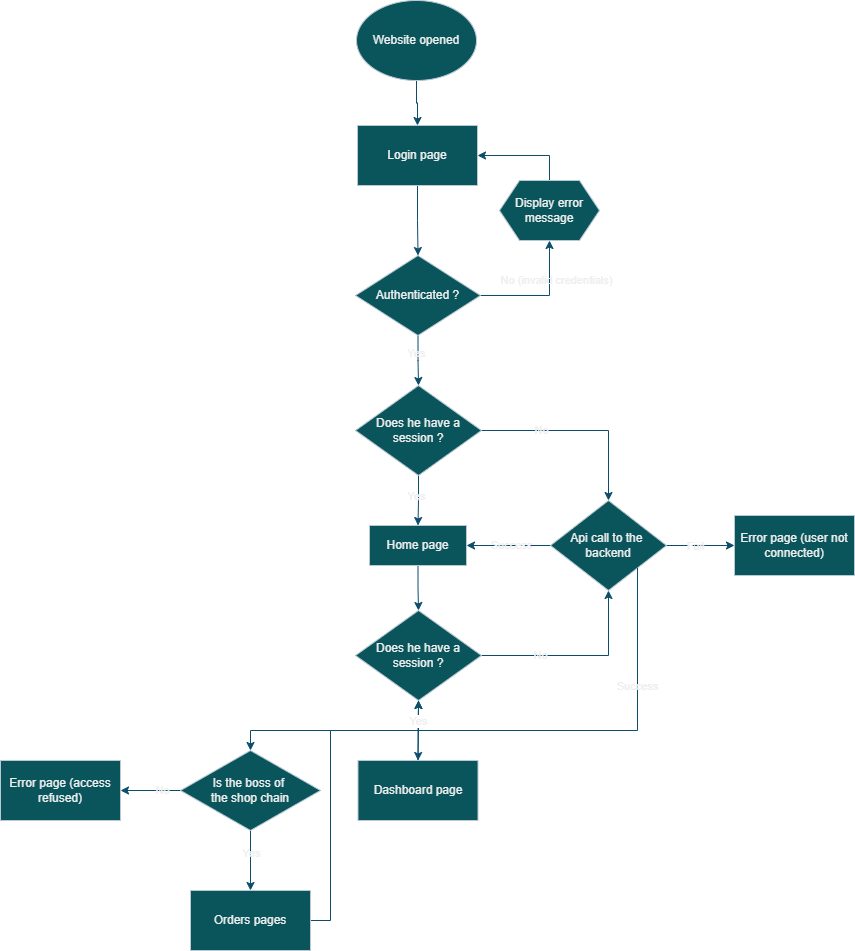
This is 01-Documents/CodeSchematics/Untitled Diagram.drawio.png from dam277/P-TPI-ETML, a draw.io export, as it was before one commit. Source tidied: cells renumbered, new cells last; positions are measured from the earlier drawing's top-left corner, leaving out a move shared by most shapes.
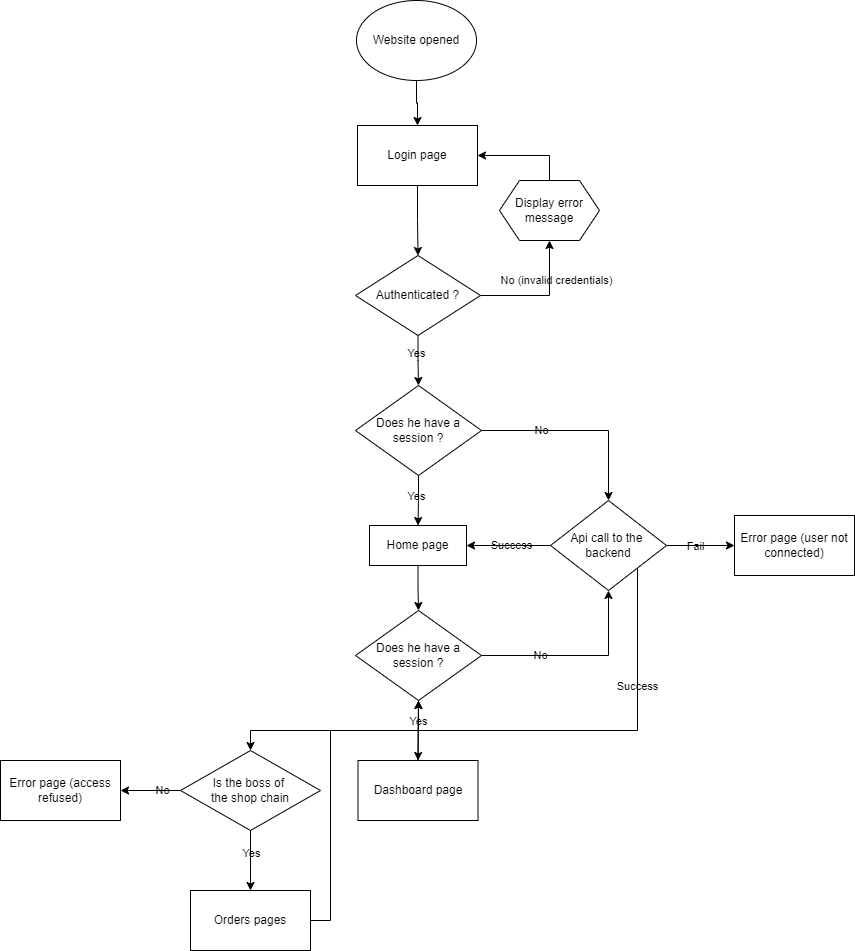
The same file after the commit.

What changed in the source:
```diff
@@ -2,98 +2,98 @@
   <root>
     <mxCell id="0" />
     <mxCell id="1" parent="0" />
-    <mxCell id="2" style="edgeStyle=orthogonalEdgeStyle;rounded=0;jettySize=auto;html=1;labelBackgroundColor=none;fontColor=default;strokeColor=#0B4D6A;" parent="1" edge="1" source="3" target="5">
+    <mxCell id="2" style="edgeStyle=orthogonalEdgeStyle;rounded=0;jettySize=auto;html=1;labelBackgroundColor=none;fontColor=default;" parent="1" edge="1" source="3" target="5">
       <mxGeometry relative="1" as="geometry" />
     </mxCell>
-    <mxCell id="3" value="Website opened" style="ellipse;whiteSpace=wrap;html=1;labelBackgroundColor=none;fillColor=#09555B;strokeColor=#BAC8D3;fontColor=#EEEEEE;" parent="1" vertex="1">
+    <mxCell id="3" value="Website opened" style="ellipse;whiteSpace=wrap;html=1;labelBackgroundColor=none;" parent="1" vertex="1">
       <mxGeometry x="356" width="120" height="80" as="geometry" />
     </mxCell>
-    <mxCell id="4" style="edgeStyle=orthogonalEdgeStyle;rounded=0;jettySize=auto;html=1;labelBackgroundColor=none;fontColor=default;strokeColor=#0B4D6A;" parent="1" edge="1" source="5" target="10">
+    <mxCell id="4" style="edgeStyle=orthogonalEdgeStyle;rounded=0;jettySize=auto;html=1;labelBackgroundColor=none;fontColor=default;" parent="1" edge="1" source="5" target="10">
       <mxGeometry relative="1" as="geometry" />
     </mxCell>
-    <mxCell id="5" value="Login page" style="whiteSpace=wrap;html=1;labelBackgroundColor=none;fillColor=#09555B;strokeColor=#BAC8D3;fontColor=#EEEEEE;" parent="1" vertex="1">
+    <mxCell id="5" value="Login page" style="whiteSpace=wrap;html=1;labelBackgroundColor=none;" parent="1" vertex="1">
       <mxGeometry x="357" y="125" width="120" height="60" as="geometry" />
     </mxCell>
-    <mxCell id="6" style="edgeStyle=orthogonalEdgeStyle;rounded=0;jettySize=auto;html=1;labelBackgroundColor=none;fontColor=default;strokeColor=#0B4D6A;" parent="1" edge="1" source="10" target="12">
+    <mxCell id="6" style="edgeStyle=orthogonalEdgeStyle;rounded=0;jettySize=auto;html=1;labelBackgroundColor=none;fontColor=default;" parent="1" edge="1" source="10" target="12">
       <mxGeometry relative="1" as="geometry" />
     </mxCell>
-    <mxCell id="7" value="No (invalid credentials)" style="edgeLabel;html=1;align=center;verticalAlign=middle;labelBackgroundColor=none;fontColor=#EEEEEE;" parent="6" vertex="1">
+    <mxCell id="7" value="No (invalid credentials)" style="edgeLabel;html=1;align=center;verticalAlign=middle;labelBackgroundColor=none;" parent="6" vertex="1">
       <mxGeometry x="0.06" y="-3" relative="1" as="geometry">
         <mxPoint x="10" y="-18" as="offset" />
       </mxGeometry>
     </mxCell>
-    <mxCell id="8" style="edgeStyle=orthogonalEdgeStyle;rounded=0;jettySize=auto;html=1;exitX=0.5;exitY=1;exitDx=0;exitDy=0;entryX=0.5;entryY=0;entryDx=0;entryDy=0;fontStyle=4;labelBackgroundColor=none;fontColor=default;strokeColor=#0B4D6A;" parent="1" edge="1" source="10" target="19">
+    <mxCell id="8" style="edgeStyle=orthogonalEdgeStyle;rounded=0;jettySize=auto;html=1;exitX=0.5;exitY=1;exitDx=0;exitDy=0;entryX=0.5;entryY=0;entryDx=0;entryDy=0;fontStyle=4;labelBackgroundColor=none;fontColor=default;" parent="1" edge="1" source="10" target="19">
       <mxGeometry relative="1" as="geometry" />
     </mxCell>
-    <mxCell id="9" value="Yes" style="edgeLabel;html=1;align=center;verticalAlign=middle;labelBackgroundColor=none;fontColor=#EEEEEE;" parent="8" vertex="1">
+    <mxCell id="9" value="Yes" style="edgeLabel;html=1;align=center;verticalAlign=middle;labelBackgroundColor=none;" parent="8" vertex="1">
       <mxGeometry x="-0.28" y="-2" relative="1" as="geometry" />
     </mxCell>
-    <mxCell id="10" value="Authenticated ?" style="rhombus;whiteSpace=wrap;html=1;labelBackgroundColor=none;fillColor=#09555B;strokeColor=#BAC8D3;fontColor=#EEEEEE;" parent="1" vertex="1">
+    <mxCell id="10" value="Authenticated ?" style="rhombus;whiteSpace=wrap;html=1;labelBackgroundColor=none;" parent="1" vertex="1">
       <mxGeometry x="355" y="255" width="125" height="80" as="geometry" />
     </mxCell>
-    <mxCell id="11" style="edgeStyle=orthogonalEdgeStyle;rounded=0;jettySize=auto;html=1;exitX=0.5;exitY=0;exitDx=0;exitDy=0;entryX=1;entryY=0.5;entryDx=0;entryDy=0;labelBackgroundColor=none;fontColor=default;strokeColor=#0B4D6A;" parent="1" edge="1" source="12" target="5">
+    <mxCell id="11" style="edgeStyle=orthogonalEdgeStyle;rounded=0;jettySize=auto;html=1;exitX=0.5;exitY=0;exitDx=0;exitDy=0;entryX=1;entryY=0.5;entryDx=0;entryDy=0;labelBackgroundColor=none;fontColor=default;" parent="1" edge="1" source="12" target="5">
       <mxGeometry relative="1" as="geometry" />
     </mxCell>
-    <mxCell id="12" value="Display error message" style="shape=hexagon;perimeter=hexagonPerimeter2;whiteSpace=wrap;html=1;fixedSize=1;labelBackgroundColor=none;fillColor=#09555B;strokeColor=#BAC8D3;fontColor=#EEEEEE;" parent="1" vertex="1">
+    <mxCell id="12" value="Display error message" style="shape=hexagon;perimeter=hexagonPerimeter2;whiteSpace=wrap;html=1;fixedSize=1;labelBackgroundColor=none;" parent="1" vertex="1">
       <mxGeometry x="499" y="180" width="100" height="60" as="geometry" />
     </mxCell>
-    <mxCell id="13" style="edgeStyle=orthogonalEdgeStyle;rounded=0;jettySize=auto;html=1;exitX=0.5;exitY=1;exitDx=0;exitDy=0;entryX=0.5;entryY=0;entryDx=0;entryDy=0;labelBackgroundColor=none;fontColor=default;strokeColor=#0B4D6A;" parent="1" edge="1" source="14" target="30">
+    <mxCell id="13" style="edgeStyle=orthogonalEdgeStyle;rounded=0;jettySize=auto;html=1;exitX=0.5;exitY=1;exitDx=0;exitDy=0;entryX=0.5;entryY=0;entryDx=0;entryDy=0;labelBackgroundColor=none;fontColor=default;" parent="1" edge="1" source="14" target="30">
       <mxGeometry relative="1" as="geometry" />
     </mxCell>
-    <mxCell id="14" value="Home page" style="whiteSpace=wrap;html=1;labelBackgroundColor=none;fillColor=#09555B;strokeColor=#BAC8D3;fontColor=#EEEEEE;" parent="1" vertex="1">
+    <mxCell id="14" value="Home page" style="whiteSpace=wrap;html=1;labelBackgroundColor=none;" parent="1" vertex="1">
       <mxGeometry x="369" y="525" width="97" height="40" as="geometry" />
     </mxCell>
-    <mxCell id="15" style="edgeStyle=orthogonalEdgeStyle;rounded=0;jettySize=auto;html=1;labelBackgroundColor=none;fontColor=default;strokeColor=#0B4D6A;" parent="1" edge="1" source="19" target="24">
+    <mxCell id="15" style="edgeStyle=orthogonalEdgeStyle;rounded=0;jettySize=auto;html=1;labelBackgroundColor=none;fontColor=default;" parent="1" edge="1" source="19" target="24">
       <mxGeometry relative="1" as="geometry" />
     </mxCell>
-    <mxCell id="16" value="No" style="edgeLabel;html=1;align=center;verticalAlign=middle;labelBackgroundColor=none;fontColor=#EEEEEE;" parent="15" vertex="1">
+    <mxCell id="16" value="No" style="edgeLabel;html=1;align=center;verticalAlign=middle;labelBackgroundColor=none;" parent="15" vertex="1">
       <mxGeometry x="-0.04" y="1" relative="1" as="geometry">
         <mxPoint x="-35" y="1" as="offset" />
       </mxGeometry>
     </mxCell>
-    <mxCell id="17" style="edgeStyle=orthogonalEdgeStyle;rounded=0;jettySize=auto;html=1;exitX=0.5;exitY=1;exitDx=0;exitDy=0;entryX=0.5;entryY=0;entryDx=0;entryDy=0;labelBackgroundColor=none;fontColor=default;strokeColor=#0B4D6A;" parent="1" edge="1" source="19" target="14">
+    <mxCell id="17" style="edgeStyle=orthogonalEdgeStyle;rounded=0;jettySize=auto;html=1;exitX=0.5;exitY=1;exitDx=0;exitDy=0;entryX=0.5;entryY=0;entryDx=0;entryDy=0;labelBackgroundColor=none;fontColor=default;" parent="1" edge="1" source="19" target="14">
       <mxGeometry relative="1" as="geometry" />
     </mxCell>
-    <mxCell id="18" value="Yes" style="edgeLabel;html=1;align=center;verticalAlign=middle;labelBackgroundColor=none;fontColor=#EEEEEE;" parent="17" vertex="1">
+    <mxCell id="18" value="Yes" style="edgeLabel;html=1;align=center;verticalAlign=middle;labelBackgroundColor=none;" parent="17" vertex="1">
       <mxGeometry x="-0.19" y="-2" relative="1" as="geometry" />
     </mxCell>
-    <mxCell id="19" value="Does he have a session ?" style="rhombus;whiteSpace=wrap;html=1;labelBackgroundColor=none;fillColor=#09555B;strokeColor=#BAC8D3;fontColor=#EEEEEE;" parent="1" vertex="1">
+    <mxCell id="19" value="Does he have a session ?" style="rhombus;whiteSpace=wrap;html=1;labelBackgroundColor=none;" parent="1" vertex="1">
       <mxGeometry x="355" y="385" width="126" height="90" as="geometry" />
     </mxCell>
-    <mxCell id="20" style="edgeStyle=orthogonalEdgeStyle;rounded=0;jettySize=auto;html=1;labelBackgroundColor=none;fontColor=default;strokeColor=#0B4D6A;" parent="1" edge="1" source="24" target="25">
+    <mxCell id="20" style="edgeStyle=orthogonalEdgeStyle;rounded=0;jettySize=auto;html=1;labelBackgroundColor=none;fontColor=default;" parent="1" edge="1" source="24" target="25">
       <mxGeometry relative="1" as="geometry" />
     </mxCell>
-    <mxCell id="21" value="Fail" style="edgeLabel;html=1;align=center;verticalAlign=middle;labelBackgroundColor=none;fontColor=#EEEEEE;" parent="20" vertex="1">
+    <mxCell id="21" value="Fail" style="edgeLabel;html=1;align=center;verticalAlign=middle;labelBackgroundColor=none;" parent="20" vertex="1">
       <mxGeometry x="-0.26" y="-1" relative="1" as="geometry">
         <mxPoint x="4" as="offset" />
       </mxGeometry>
     </mxCell>
-    <mxCell id="22" style="edgeStyle=orthogonalEdgeStyle;rounded=0;jettySize=auto;html=1;exitX=0;exitY=0.5;exitDx=0;exitDy=0;entryX=1;entryY=0.5;entryDx=0;entryDy=0;labelBackgroundColor=none;fontColor=default;strokeColor=#0B4D6A;" parent="1" edge="1" source="24" target="14">
+    <mxCell id="22" style="edgeStyle=orthogonalEdgeStyle;rounded=0;jettySize=auto;html=1;exitX=0;exitY=0.5;exitDx=0;exitDy=0;entryX=1;entryY=0.5;entryDx=0;entryDy=0;labelBackgroundColor=none;fontColor=default;" parent="1" edge="1" source="24" target="14">
       <mxGeometry relative="1" as="geometry" />
     </mxCell>
-    <mxCell id="23" value="Success" style="edgeLabel;html=1;align=center;verticalAlign=middle;labelBackgroundColor=none;fontColor=#EEEEEE;" parent="22" vertex="1">
+    <mxCell id="23" value="Success" style="edgeLabel;html=1;align=center;verticalAlign=middle;labelBackgroundColor=none;" parent="22" vertex="1">
       <mxGeometry x="-0.13" y="2" relative="1" as="geometry">
         <mxPoint x="-3" y="-2" as="offset" />
       </mxGeometry>
     </mxCell>
-    <mxCell id="24" value="Api call to the&amp;nbsp;&lt;div&gt;backend&lt;/div&gt;" style="rhombus;whiteSpace=wrap;html=1;labelBackgroundColor=none;fillColor=#09555B;strokeColor=#BAC8D3;fontColor=#EEEEEE;" parent="1" vertex="1">
+    <mxCell id="24" value="Api call to the&amp;nbsp;&lt;div&gt;backend&lt;/div&gt;" style="rhombus;whiteSpace=wrap;html=1;labelBackgroundColor=none;" parent="1" vertex="1">
       <mxGeometry x="550" y="500" width="116" height="90" as="geometry" />
     </mxCell>
-    <mxCell id="25" value="Error page (user not connected)" style="whiteSpace=wrap;html=1;labelBackgroundColor=none;fillColor=#09555B;strokeColor=#BAC8D3;fontColor=#EEEEEE;" parent="1" vertex="1">
+    <mxCell id="25" value="Error page (user not connected)" style="whiteSpace=wrap;html=1;labelBackgroundColor=none;" parent="1" vertex="1">
       <mxGeometry x="734" y="515" width="120" height="60" as="geometry" />
     </mxCell>
-    <mxCell id="26" style="edgeStyle=orthogonalEdgeStyle;rounded=0;jettySize=auto;html=1;exitX=1;exitY=0.5;exitDx=0;exitDy=0;entryX=0.5;entryY=1;entryDx=0;entryDy=0;labelBackgroundColor=none;fontColor=default;strokeColor=#0B4D6A;" parent="1" edge="1" source="30" target="24">
+    <mxCell id="26" style="edgeStyle=orthogonalEdgeStyle;rounded=0;jettySize=auto;html=1;exitX=1;exitY=0.5;exitDx=0;exitDy=0;entryX=0.5;entryY=1;entryDx=0;entryDy=0;labelBackgroundColor=none;fontColor=default;" parent="1" edge="1" source="30" target="24">
       <mxGeometry relative="1" as="geometry" />
     </mxCell>
-    <mxCell id="27" value="No" style="edgeLabel;html=1;align=center;verticalAlign=middle;labelBackgroundColor=none;fontColor=#EEEEEE;" parent="26" vertex="1">
+    <mxCell id="27" value="No" style="edgeLabel;html=1;align=center;verticalAlign=middle;labelBackgroundColor=none;" parent="26" vertex="1">
       <mxGeometry x="-0.6" y="1" relative="1" as="geometry">
         <mxPoint x="21" y="1" as="offset" />
       </mxGeometry>
     </mxCell>
-    <mxCell id="28" style="edgeStyle=orthogonalEdgeStyle;rounded=0;jettySize=auto;html=1;labelBackgroundColor=none;fontColor=default;strokeColor=#0B4D6A;" parent="1" edge="1" source="30" target="32">
+    <mxCell id="28" style="edgeStyle=orthogonalEdgeStyle;rounded=0;jettySize=auto;html=1;labelBackgroundColor=none;fontColor=default;" parent="1" edge="1" source="30" target="32">
       <mxGeometry relative="1" as="geometry" />
     </mxCell>
-    <mxCell id="29" style="edgeStyle=orthogonalEdgeStyle;rounded=0;jettySize=auto;html=1;exitX=0.5;exitY=1;exitDx=0;exitDy=0;labelBackgroundColor=none;fontColor=default;strokeColor=#0B4D6A;" parent="1" edge="1" source="30" target="37">
+    <mxCell id="29" style="edgeStyle=orthogonalEdgeStyle;rounded=0;jettySize=auto;html=1;exitX=0.5;exitY=1;exitDx=0;exitDy=0;labelBackgroundColor=none;fontColor=default;" parent="1" edge="1" source="30" target="37">
       <mxGeometry relative="1" as="geometry">
         <Array as="points">
           <mxPoint x="418" y="730" />
@@ -101,33 +101,33 @@
         </Array>
       </mxGeometry>
     </mxCell>
-    <mxCell id="30" value="Does he have a session ?" style="rhombus;whiteSpace=wrap;html=1;labelBackgroundColor=none;fillColor=#09555B;strokeColor=#BAC8D3;fontColor=#EEEEEE;" parent="1" vertex="1">
+    <mxCell id="30" value="Does he have a session ?" style="rhombus;whiteSpace=wrap;html=1;labelBackgroundColor=none;" parent="1" vertex="1">
       <mxGeometry x="355" y="610" width="126" height="90" as="geometry" />
     </mxCell>
-    <mxCell id="31" style="edgeStyle=orthogonalEdgeStyle;rounded=0;jettySize=auto;html=1;exitX=0.5;exitY=0;exitDx=0;exitDy=0;entryX=0.5;entryY=1;entryDx=0;entryDy=0;labelBackgroundColor=none;fontColor=default;strokeColor=#0B4D6A;" parent="1" edge="1" source="32" target="30">
+    <mxCell id="31" style="edgeStyle=orthogonalEdgeStyle;rounded=0;jettySize=auto;html=1;exitX=0.5;exitY=0;exitDx=0;exitDy=0;entryX=0.5;entryY=1;entryDx=0;entryDy=0;labelBackgroundColor=none;fontColor=default;" parent="1" edge="1" source="32" target="30">
       <mxGeometry relative="1" as="geometry" />
     </mxCell>
-    <mxCell id="32" value="Dashboard page" style="whiteSpace=wrap;html=1;labelBackgroundColor=none;fillColor=#09555B;strokeColor=#BAC8D3;fontColor=#EEEEEE;" parent="1" vertex="1">
+    <mxCell id="32" value="Dashboard page" style="whiteSpace=wrap;html=1;labelBackgroundColor=none;" parent="1" vertex="1">
       <mxGeometry x="357.5" y="760" width="120" height="60" as="geometry" />
     </mxCell>
-    <mxCell id="33" style="edgeStyle=orthogonalEdgeStyle;rounded=0;jettySize=auto;html=1;labelBackgroundColor=none;fontColor=default;strokeColor=#0B4D6A;" parent="1" edge="1" source="37" target="40">
+    <mxCell id="33" style="edgeStyle=orthogonalEdgeStyle;rounded=0;jettySize=auto;html=1;labelBackgroundColor=none;fontColor=default;" parent="1" edge="1" source="37" target="40">
       <mxGeometry relative="1" as="geometry" />
     </mxCell>
-    <mxCell id="34" value="Yes" style="edgeLabel;html=1;align=center;verticalAlign=middle;labelBackgroundColor=none;fontColor=#EEEEEE;" parent="33" vertex="1">
+    <mxCell id="34" value="Yes" style="edgeLabel;html=1;align=center;verticalAlign=middle;labelBackgroundColor=none;" parent="33" vertex="1">
       <mxGeometry x="-0.42" y="1" relative="1" as="geometry">
         <mxPoint y="5" as="offset" />
       </mxGeometry>
     </mxCell>
-    <mxCell id="35" style="edgeStyle=orthogonalEdgeStyle;rounded=0;jettySize=auto;html=1;labelBackgroundColor=none;fontColor=default;strokeColor=#0B4D6A;" parent="1" edge="1" source="37" target="41">
+    <mxCell id="35" style="edgeStyle=orthogonalEdgeStyle;rounded=0;jettySize=auto;html=1;labelBackgroundColor=none;fontColor=default;" parent="1" edge="1" source="37" target="41">
       <mxGeometry relative="1" as="geometry" />
     </mxCell>
-    <mxCell id="36" value="No" style="edgeLabel;html=1;align=center;verticalAlign=middle;labelBackgroundColor=none;fontColor=#EEEEEE;" parent="35" vertex="1">
+    <mxCell id="36" value="No" style="edgeLabel;html=1;align=center;verticalAlign=middle;labelBackgroundColor=none;" parent="35" vertex="1">
       <mxGeometry x="-0.4" relative="1" as="geometry" />
     </mxCell>
-    <mxCell id="37" value="Is the boss of&amp;nbsp;&lt;div&gt;the shop chain&lt;/div&gt;" style="rhombus;whiteSpace=wrap;html=1;labelBackgroundColor=none;fillColor=#09555B;strokeColor=#BAC8D3;fontColor=#EEEEEE;" parent="1" vertex="1">
+    <mxCell id="37" value="Is the boss of&amp;nbsp;&lt;div&gt;the shop chain&lt;/div&gt;" style="rhombus;whiteSpace=wrap;html=1;labelBackgroundColor=none;" parent="1" vertex="1">
       <mxGeometry x="180" y="750" width="140" height="80" as="geometry" />
     </mxCell>
-    <mxCell id="38" style="edgeStyle=orthogonalEdgeStyle;rounded=0;jettySize=auto;html=1;exitX=1;exitY=0.5;exitDx=0;exitDy=0;labelBackgroundColor=none;fontColor=default;strokeColor=#0B4D6A;" parent="1" edge="1" source="40" target="30">
+    <mxCell id="38" style="edgeStyle=orthogonalEdgeStyle;rounded=0;jettySize=auto;html=1;exitX=1;exitY=0.5;exitDx=0;exitDy=0;labelBackgroundColor=none;fontColor=default;" parent="1" edge="1" source="40" target="30">
       <mxGeometry relative="1" as="geometry">
         <Array as="points">
           <mxPoint x="330" y="920" />
@@ -136,16 +136,16 @@
         </Array>
       </mxGeometry>
     </mxCell>
-    <mxCell id="39" value="Yes" style="edgeLabel;html=1;align=center;verticalAlign=middle;strokeColor=#BAC8D3;fontColor=#EEEEEE;fillColor=#09555B;labelBackgroundColor=default;" parent="38" vertex="1">
+    <mxCell id="39" value="Yes" style="edgeLabel;html=1;align=center;verticalAlign=middle;labelBackgroundColor=none;" parent="38" vertex="1">
       <mxGeometry x="0.87" relative="1" as="geometry" />
     </mxCell>
-    <mxCell id="40" value="Orders pages" style="whiteSpace=wrap;html=1;labelBackgroundColor=none;fillColor=#09555B;strokeColor=#BAC8D3;fontColor=#EEEEEE;" parent="1" vertex="1">
+    <mxCell id="40" value="Orders pages" style="whiteSpace=wrap;html=1;labelBackgroundColor=none;" parent="1" vertex="1">
       <mxGeometry x="190" y="890" width="120" height="60" as="geometry" />
     </mxCell>
-    <mxCell id="41" value="Error page (access refused)" style="whiteSpace=wrap;html=1;labelBackgroundColor=none;fillColor=#09555B;strokeColor=#BAC8D3;fontColor=#EEEEEE;" parent="1" vertex="1">
+    <mxCell id="41" value="Error page (access refused)" style="whiteSpace=wrap;html=1;labelBackgroundColor=none;" parent="1" vertex="1">
       <mxGeometry y="760" width="120" height="60" as="geometry" />
     </mxCell>
-    <mxCell id="42" style="endArrow=none;html=1;rounded=0;entryX=1;entryY=1;entryDx=0;entryDy=0;labelBackgroundColor=none;fontColor=default;strokeColor=#0B4D6A;" parent="1" edge="1" target="24">
+    <mxCell id="42" style="endArrow=none;html=1;rounded=0;entryX=1;entryY=1;entryDx=0;entryDy=0;labelBackgroundColor=none;fontColor=default;" parent="1" edge="1" target="24">
       <mxGeometry relative="1" as="geometry">
         <mxPoint x="410" y="730" as="sourcePoint" />
         <Array as="points">
@@ -153,7 +153,7 @@
         </Array>
       </mxGeometry>
     </mxCell>
-    <mxCell id="43" value="Success" style="edgeLabel;html=1;align=center;verticalAlign=middle;labelBackgroundColor=none;fontColor=#EEEEEE;" parent="42" vertex="1">
+    <mxCell id="43" value="Success" style="edgeLabel;html=1;align=center;verticalAlign=middle;labelBackgroundColor=none;" parent="42" vertex="1">
       <mxGeometry x="0.39" relative="1" as="geometry" />
     </mxCell>
   </root>
```
